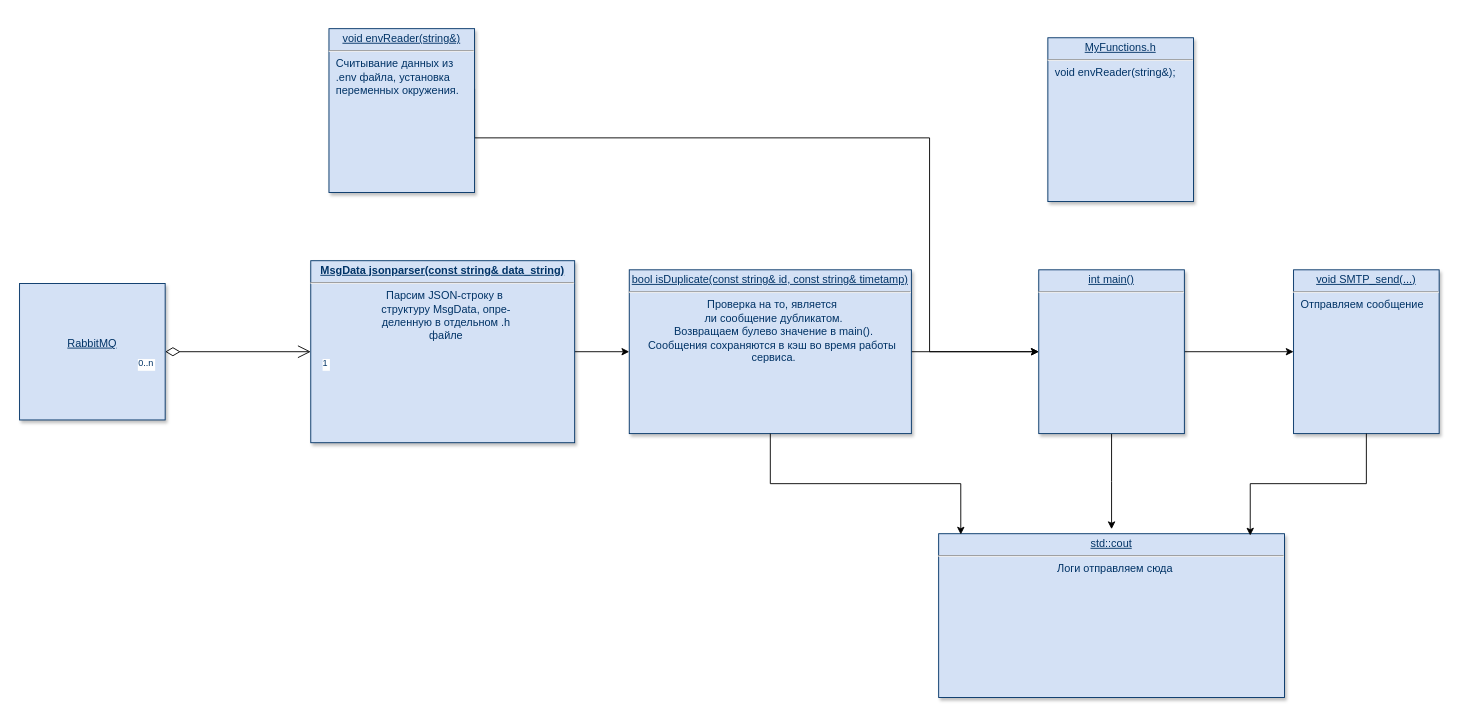
The draw.io diagram Диаграмма без названия.drawio in Jorge-Balls-IV/E-mail-microservice, before the edit. Source tidied: cells renumbered, new cells numbered last; positions are measured from the earlier drawing's top-left corner, leaving out a move shared by most shapes. Both pictures are drawn from the tidied source at 91%, with x=0, y=0 at pixel (19, 28).
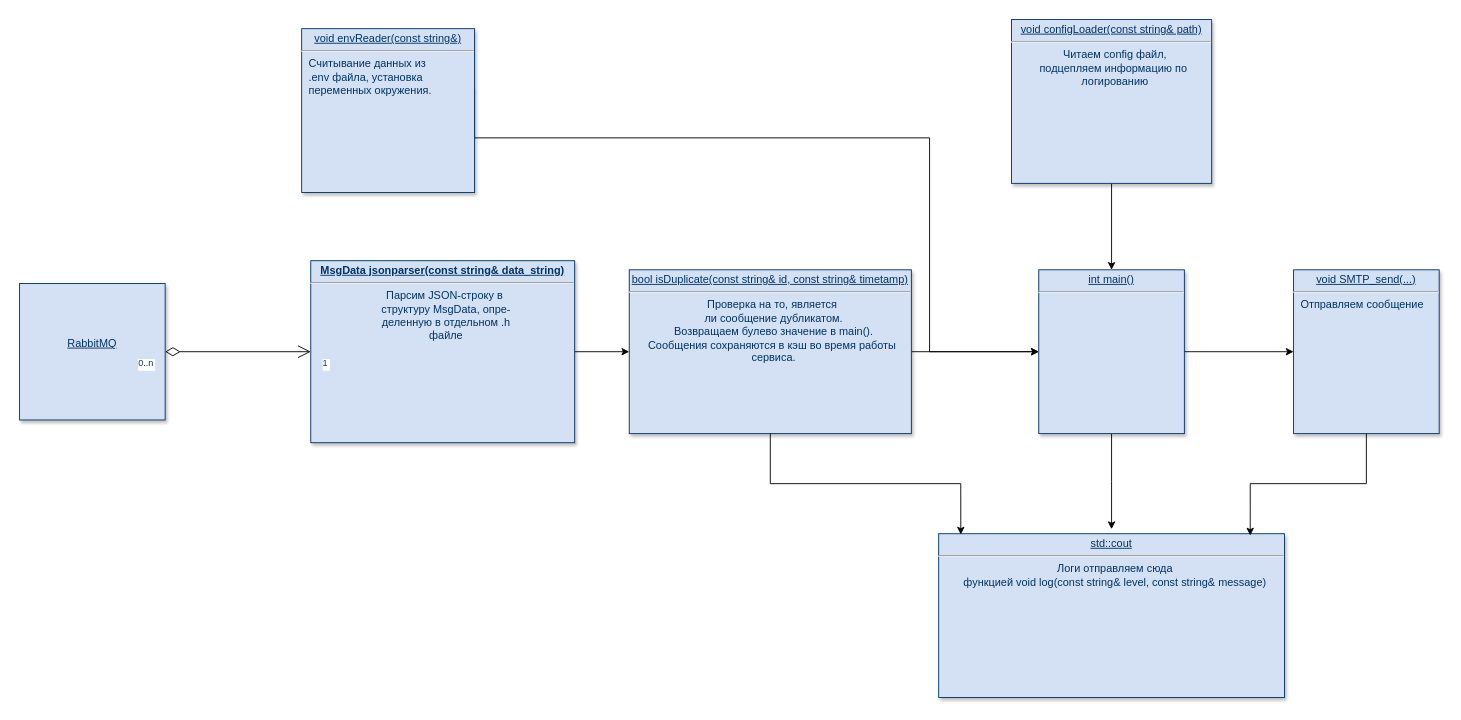
The same page after the edit.

The change refers to these unchanged cells:
```xml
<mxCell id="13" value="&lt;p style=&quot;margin: 0px; margin-top: 4px; text-align: center; text-decoration: underline;&quot;&gt;int main()&lt;/p&gt;&lt;hr&gt;&lt;p style=&quot;margin: 0px; margin-left: 8px;&quot;&gt;&lt;br&gt;&lt;/p&gt;" style="verticalAlign=top;align=left;overflow=fill;fontSize=12;fontFamily=Helvetica;html=1;strokeColor=#003366;shadow=1;fillColor=#D4E1F5;fontColor=#003366;" parent="1" vertex="1">
  <mxGeometry x="1120" y="265" width="160" height="180" as="geometry" />
</mxCell>
```

Change to the diagram source:
```diff
@@
-    <mxCell id="3" value="&lt;p style=&quot;margin: 0px; margin-top: 4px; text-align: center; text-decoration: underline;&quot;&gt;void envReader(string&amp;amp;)&lt;/p&gt;&lt;hr&gt;&lt;p style=&quot;margin: 0px; margin-left: 8px;&quot;&gt;Считывание данных из&amp;nbsp;&lt;/p&gt;&lt;p style=&quot;margin: 0px; margin-left: 8px;&quot;&gt;.env файла, установка&amp;nbsp;&lt;/p&gt;&lt;p style=&quot;margin: 0px; margin-left: 8px;&quot;&gt;переменных окружения.&lt;/p&gt;" style="verticalAlign=top;align=left;overflow=fill;fontSize=12;fontFamily=Helvetica;html=1;strokeColor=#003366;shadow=1;fillColor=#D4E1F5;fontColor=#003366;" parent="1" vertex="1">
-      <mxGeometry x="340" width="160" height="180" as="geometry" />
+    <mxCell id="3" value="&lt;p style=&quot;margin: 0px; margin-top: 4px; text-align: center; text-decoration: underline;&quot;&gt;void envReader(const string&amp;amp;)&lt;/p&gt;&lt;hr&gt;&lt;p style=&quot;margin: 0px; margin-left: 8px;&quot;&gt;Считывание данных из&amp;nbsp;&lt;/p&gt;&lt;p style=&quot;margin: 0px; margin-left: 8px;&quot;&gt;.env файла, установка&amp;nbsp;&lt;/p&gt;&lt;p style=&quot;margin: 0px; margin-left: 8px;&quot;&gt;переменных окружения.&lt;/p&gt;" style="verticalAlign=top;align=left;overflow=fill;fontSize=12;fontFamily=Helvetica;html=1;strokeColor=#003366;shadow=1;fillColor=#D4E1F5;fontColor=#003366;" parent="1" vertex="1">
+      <mxGeometry x="310" width="190" height="180" as="geometry" />
     </mxCell>
@@
+    <mxCell id="20" style="edgeStyle=orthogonalEdgeStyle;rounded=0;jettySize=auto;html=1;exitX=0.5;exitY=1;exitDx=0;exitDy=0;entryX=0.5;entryY=0;entryDx=0;entryDy=0;" parent="1" edge="1" source="10" target="13">
+      <mxGeometry relative="1" as="geometry" />
+    </mxCell>
-    <mxCell id="10" value="&lt;p style=&quot;margin: 0px; margin-top: 4px; text-align: center; text-decoration: underline;&quot;&gt;MyFunctions.h&lt;/p&gt;&lt;hr&gt;&lt;p style=&quot;margin: 0px; margin-left: 8px;&quot;&gt;void envReader(string&amp;amp;);&lt;/p&gt;" style="verticalAlign=top;align=left;overflow=fill;fontSize=12;fontFamily=Helvetica;html=1;strokeColor=#003366;shadow=1;fillColor=#D4E1F5;fontColor=#003366;" parent="1" vertex="1">
-      <mxGeometry x="1130" y="10" width="160" height="180" as="geometry" />
+    <mxCell id="10" value="&lt;p style=&quot;margin: 0px; margin-top: 4px; text-align: center; text-decoration: underline;&quot;&gt;void configLoader(const string&amp;amp; path)&lt;/p&gt;&lt;hr&gt;&lt;p style=&quot;text-align: center; margin: 0px 0px 0px 8px;&quot;&gt;Читаем config файл,&lt;/p&gt;&lt;p style=&quot;text-align: center; margin: 0px 0px 0px 8px;&quot;&gt;подцепляем информацию по&amp;nbsp;&lt;/p&gt;&lt;p style=&quot;text-align: center; margin: 0px 0px 0px 8px;&quot;&gt;логированию&lt;/p&gt;" style="verticalAlign=top;align=left;overflow=fill;fontSize=12;fontFamily=Helvetica;html=1;strokeColor=#003366;shadow=1;fillColor=#D4E1F5;fontColor=#003366;" parent="1" vertex="1">
+      <mxGeometry x="1090" y="-10" width="220" height="180" as="geometry" />
     </mxCell>
@@
-    <mxCell id="17" value="&lt;p style=&quot;margin: 0px; margin-top: 4px; text-align: center; text-decoration: underline;&quot;&gt;std::cout&lt;/p&gt;&lt;hr&gt;&lt;p style=&quot;text-align: center; margin: 0px 0px 0px 8px;&quot;&gt;Логи отправляем сюда&lt;/p&gt;&lt;p style=&quot;text-align: center; margin: 0px 0px 0px 8px;&quot;&gt;&lt;br&gt;&lt;/p&gt;" style="verticalAlign=top;align=left;overflow=fill;fontSize=12;fontFamily=Helvetica;html=1;strokeColor=#003366;shadow=1;fillColor=#D4E1F5;fontColor=#003366;" parent="1" vertex="1">
+    <mxCell id="17" value="&lt;p style=&quot;margin: 0px; margin-top: 4px; text-align: center; text-decoration: underline;&quot;&gt;std::cout&lt;/p&gt;&lt;hr&gt;&lt;p style=&quot;text-align: center; margin: 0px 0px 0px 8px;&quot;&gt;Логи отправляем сюда&lt;/p&gt;&lt;p style=&quot;text-align: center; margin: 0px 0px 0px 8px;&quot;&gt;функцией void log(const string&amp;amp; level, const string&amp;amp; message)&lt;/p&gt;" style="verticalAlign=top;align=left;overflow=fill;fontSize=12;fontFamily=Helvetica;html=1;strokeColor=#003366;shadow=1;fillColor=#D4E1F5;fontColor=#003366;" parent="1" vertex="1">
       <mxGeometry x="1010" y="555" width="380" height="180" as="geometry" />
     </mxCell>
```
